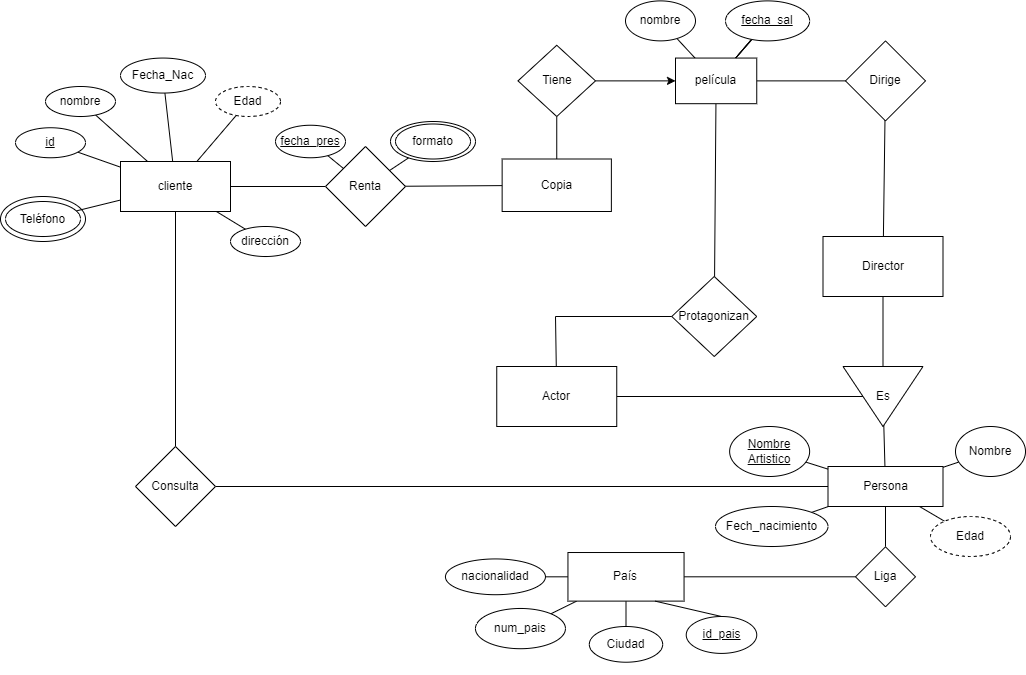
Earlier version of the draw.io export videoStore.drawio.png (jesalazaro/ER-diagrams). Source tidied: cells renumbered, new cells last; positions are measured from the earlier drawing's top-left corner, leaving out a move shared by most shapes.
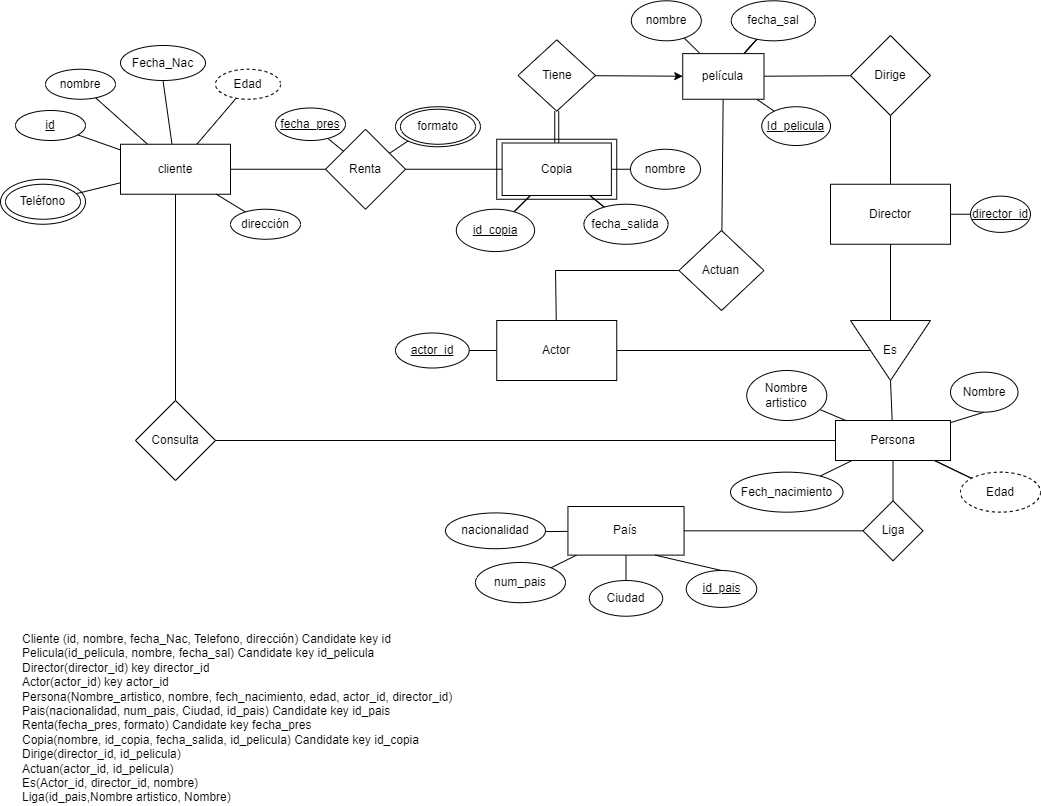
After the commit.

What changed in the source:
```diff
@@ -4,4 +4,7 @@
     <mxCell id="1" parent="0" />
+    <mxCell id="78" style="rounded=0;whiteSpace=wrap;html=1;" parent="1" vertex="1">
+      <mxGeometry x="451.2" y="179.8" width="120" height="60" as="geometry" />
+    </mxCell>
     <mxCell id="2" style="ellipse;whiteSpace=wrap;html=1;rounded=0;" parent="1" vertex="1">
-      <mxGeometry y="196" width="85" height="45" as="geometry" />
+      <mxGeometry x="-45" y="219.8" width="85" height="45" as="geometry" />
     </mxCell>
@@ -13,3 +16,3 @@
     </mxCell>
-    <mxCell id="5" style="edgeStyle=none;rounded=0;jettySize=auto;html=1;endArrow=none;endFill=0;" parent="1" edge="1" source="9" target="16">
+    <mxCell id="5" style="edgeStyle=none;rounded=0;jettySize=auto;html=1;endArrow=none;endFill=0;entryX=0.5;entryY=1;entryDx=0;entryDy=0;" parent="1" edge="1" source="9" target="16">
       <mxGeometry relative="1" as="geometry" />
@@ -26,6 +29,6 @@
     <mxCell id="9" value="cliente" style="rounded=0;whiteSpace=wrap;html=1;" parent="1" vertex="1">
-      <mxGeometry x="120" y="161" width="110" height="50" as="geometry" />
+      <mxGeometry x="75" y="184.8" width="110" height="50" as="geometry" />
     </mxCell>
     <mxCell id="10" value="&lt;u&gt;id&lt;/u&gt;" style="ellipse;whiteSpace=wrap;html=1;rounded=0;" parent="1" vertex="1">
-      <mxGeometry x="15" y="127.2" width="70" height="30" as="geometry" />
+      <mxGeometry x="-30" y="151" width="70" height="30" as="geometry" />
     </mxCell>
@@ -35,3 +38,3 @@
     <mxCell id="12" value="nombre&lt;br&gt;" style="ellipse;whiteSpace=wrap;html=1;rounded=0;" parent="1" vertex="1">
-      <mxGeometry x="45" y="86" width="70" height="30" as="geometry" />
+      <mxGeometry y="109.8" width="70" height="30" as="geometry" />
     </mxCell>
@@ -41,18 +44,27 @@
     <mxCell id="14" value="dirección" style="ellipse;whiteSpace=wrap;html=1;rounded=0;" parent="1" vertex="1">
-      <mxGeometry x="230" y="226" width="70" height="30" as="geometry" />
+      <mxGeometry x="185" y="249.8" width="70" height="30" as="geometry" />
     </mxCell>
     <mxCell id="15" value="Teléfono" style="ellipse;whiteSpace=wrap;html=1;rounded=0;" parent="1" vertex="1">
-      <mxGeometry x="5" y="201" width="75" height="35" as="geometry" />
+      <mxGeometry x="-40" y="224.8" width="75" height="35" as="geometry" />
     </mxCell>
     <mxCell id="16" value="Fecha_Nac" style="ellipse;whiteSpace=wrap;html=1;rounded=0;" parent="1" vertex="1">
-      <mxGeometry x="120" y="57.6" width="85" height="35" as="geometry" />
+      <mxGeometry x="75" y="86" width="85" height="35" as="geometry" />
     </mxCell>
     <mxCell id="17" value="Edad" style="ellipse;whiteSpace=wrap;html=1;rounded=0;dashed=1;" parent="1" vertex="1">
-      <mxGeometry x="215" y="86" width="65" height="30" as="geometry" />
+      <mxGeometry x="170" y="109.8" width="65" height="30" as="geometry" />
     </mxCell>
-    <mxCell id="18" style="edgeStyle=none;rounded=0;jettySize=auto;html=1;startArrow=none;startFill=0;endArrow=none;endFill=0;" parent="1" edge="1" source="19" target="69">
-      <mxGeometry relative="1" as="geometry" />
-    </mxCell>
+    <mxCell id="79" style="edgeStyle=none;rounded=0;jettySize=auto;html=1;endArrow=none;endFill=0;" parent="1" edge="1" source="19" target="89">
+      <mxGeometry relative="1" as="geometry" />
+    </mxCell>
+    <mxCell id="80" style="edgeStyle=none;rounded=0;jettySize=auto;html=1;endArrow=none;endFill=0;" parent="1" edge="1" source="19" target="88">
+      <mxGeometry relative="1" as="geometry" />
+    </mxCell>
+    <mxCell id="81" style="edgeStyle=none;rounded=0;jettySize=auto;html=1;endArrow=none;endFill=0;" parent="1" edge="1" source="19" target="93">
+      <mxGeometry relative="1" as="geometry" />
+    </mxCell>
+    <mxCell id="82" style="edgeStyle=none;rounded=0;jettySize=auto;html=1;endArrow=none;endFill=0;" parent="1" edge="1" source="19" target="93">
+      <mxGeometry relative="1" as="geometry" />
+    </mxCell>
     <mxCell id="19" value="Copia" style="rounded=0;whiteSpace=wrap;html=1;" parent="1" vertex="1">
-      <mxGeometry x="501.6" y="158.5" width="109.2" height="52.5" as="geometry" />
+      <mxGeometry x="456.6" y="183.5" width="109.2" height="52.5" as="geometry" />
     </mxCell>
@@ -64,10 +76,12 @@
     </mxCell>
-    <mxCell id="22" style="edgeStyle=none;rounded=0;jettySize=auto;html=1;endArrow=none;endFill=0;" parent="1" edge="1" source="23" target="67">
-      <mxGeometry relative="1" as="geometry" />
+    <mxCell id="22" style="edgeStyle=none;rounded=0;jettySize=auto;html=1;endArrow=none;endFill=0;" parent="1" edge="1" source="23">
+      <mxGeometry relative="1" as="geometry">
+        <mxPoint x="366.1" y="179.1" as="targetPoint" />
+      </mxGeometry>
     </mxCell>
     <mxCell id="23" value="Renta" style="rhombus;whiteSpace=wrap;html=1;rounded=0;" parent="1" vertex="1">
-      <mxGeometry x="325" y="146" width="80" height="80" as="geometry" />
+      <mxGeometry x="280" y="169.8" width="80" height="80" as="geometry" />
     </mxCell>
     <mxCell id="24" value="&lt;u&gt;fecha_pres&lt;/u&gt;" style="ellipse;whiteSpace=wrap;html=1;rounded=0;" parent="1" vertex="1">
-      <mxGeometry x="275" y="124.8" width="70" height="32.5" as="geometry" />
+      <mxGeometry x="230" y="148.5" width="70" height="32.5" as="geometry" />
     </mxCell>
@@ -76,4 +90,4 @@
     </mxCell>
-    <mxCell id="26" value="Protagonizan" style="rhombus;whiteSpace=wrap;html=1;rounded=0;" parent="1" vertex="1">
-      <mxGeometry x="671.2" y="276" width="85" height="80" as="geometry" />
+    <mxCell id="26" value="Actuan" style="rhombus;whiteSpace=wrap;html=1;rounded=0;" parent="1" vertex="1">
+      <mxGeometry x="633.5" y="271" width="85" height="80" as="geometry" />
     </mxCell>
@@ -85,3 +99,3 @@
         <Array as="points">
-          <mxPoint x="555" y="316" />
+          <mxPoint x="510" y="311" />
         </Array>
@@ -89,4 +103,7 @@
     </mxCell>
+    <mxCell id="83" style="edgeStyle=none;rounded=0;jettySize=auto;html=1;endArrow=none;endFill=0;" parent="1" edge="1" source="29" target="91">
+      <mxGeometry relative="1" as="geometry" />
+    </mxCell>
     <mxCell id="29" value="Actor" style="whiteSpace=wrap;html=1;rounded=0;" parent="1" vertex="1">
-      <mxGeometry x="496.2" y="366" width="120" height="60" as="geometry" />
+      <mxGeometry x="451.2" y="361" width="120" height="60" as="geometry" />
     </mxCell>
@@ -99,6 +116,9 @@
     <mxCell id="32" value="Dirige" style="rhombus;whiteSpace=wrap;html=1;rounded=0;" parent="1" vertex="1">
-      <mxGeometry x="845" y="40.4" width="80" height="80" as="geometry" />
+      <mxGeometry x="805" y="76" width="80" height="80" as="geometry" />
     </mxCell>
+    <mxCell id="84" style="edgeStyle=none;rounded=0;jettySize=auto;html=1;endArrow=none;endFill=0;" parent="1" edge="1" source="33" target="92">
+      <mxGeometry relative="1" as="geometry" />
+    </mxCell>
     <mxCell id="33" value="Director" style="whiteSpace=wrap;html=1;rounded=0;" parent="1" vertex="1">
-      <mxGeometry x="822.5" y="236" width="120" height="60" as="geometry" />
+      <mxGeometry x="785" y="224.8" width="120" height="60" as="geometry" />
     </mxCell>
@@ -107,3 +127,3 @@
     </mxCell>
-    <mxCell id="35" style="edgeStyle=none;rounded=0;jettySize=auto;html=1;endArrow=none;endFill=0;" parent="1" edge="1" source="36" target="42">
+    <mxCell id="35" style="edgeStyle=none;rounded=0;jettySize=auto;html=1;endArrow=none;endFill=0;exitX=1;exitY=0.5;exitDx=0;exitDy=0;" parent="1" edge="1" source="36" target="42">
       <mxGeometry relative="1" as="geometry" />
@@ -111,3 +131,3 @@
     <mxCell id="36" value="Es" style="triangle;whiteSpace=wrap;html=1;rounded=0;direction=south;horizontal=1;" parent="1" vertex="1">
-      <mxGeometry x="842.5" y="366" width="80" height="60" as="geometry" />
+      <mxGeometry x="805" y="361" width="80" height="60" as="geometry" />
     </mxCell>
@@ -116,3 +136,3 @@
     </mxCell>
-    <mxCell id="38" style="edgeStyle=none;rounded=0;jettySize=auto;html=1;endArrow=none;endFill=0;" parent="1" edge="1" source="42" target="59">
+    <mxCell id="38" style="edgeStyle=none;rounded=0;jettySize=auto;html=1;endArrow=none;endFill=0;entryX=0.5;entryY=1;entryDx=0;entryDy=0;" parent="1" edge="1" source="42" target="59">
       <mxGeometry relative="1" as="geometry" />
@@ -128,4 +148,7 @@
     </mxCell>
+    <mxCell id="85" style="edgeStyle=none;rounded=0;jettySize=auto;html=1;startArrow=none;startFill=0;endArrow=none;endFill=0;" parent="1" edge="1" source="42" target="61">
+      <mxGeometry relative="1" as="geometry" />
+    </mxCell>
     <mxCell id="42" value="Persona" style="whiteSpace=wrap;html=1;rounded=0;" parent="1" vertex="1">
-      <mxGeometry x="827.5" y="466" width="115" height="40" as="geometry" />
+      <mxGeometry x="790" y="461" width="115" height="40" as="geometry" />
     </mxCell>
@@ -135,3 +158,3 @@
     <mxCell id="44" value="Liga" style="rhombus;whiteSpace=wrap;html=1;rounded=0;" parent="1" vertex="1">
-      <mxGeometry x="855" y="546.3" width="60" height="60" as="geometry" />
+      <mxGeometry x="817.5" y="541.3" width="60" height="60" as="geometry" />
     </mxCell>
@@ -139,4 +162,4 @@
       <mxGeometry relative="1" as="geometry">
-        <mxPoint x="694.1" y="672.4" as="sourcePoint" />
-        <mxPoint x="694.1" y="672.4" as="targetPoint" />
+        <mxPoint x="649.1" y="667.4" as="sourcePoint" />
+        <mxPoint x="649.1" y="667.4" as="targetPoint" />
       </mxGeometry>
@@ -145,4 +168,4 @@
       <mxGeometry relative="1" as="geometry">
-        <mxPoint x="694.1" y="672.4" as="sourcePoint" />
-        <mxPoint x="694.1" y="672.4" as="targetPoint" />
+        <mxPoint x="649.1" y="667.4" as="sourcePoint" />
+        <mxPoint x="649.1" y="667.4" as="targetPoint" />
       </mxGeometry>
@@ -151,4 +174,4 @@
       <mxGeometry relative="1" as="geometry">
-        <mxPoint x="652.4" y="671.9" as="sourcePoint" />
-        <mxPoint x="652.4" y="671.9" as="targetPoint" />
+        <mxPoint x="607.4" y="666.9" as="sourcePoint" />
+        <mxPoint x="607.4" y="666.9" as="targetPoint" />
       </mxGeometry>
@@ -168,9 +191,9 @@
     <mxCell id="52" value="País" style="rounded=0;whiteSpace=wrap;html=1;" parent="1" vertex="1">
-      <mxGeometry x="567.5" y="552" width="116.1" height="48.6" as="geometry" />
+      <mxGeometry x="522.5" y="547" width="116.1" height="48.6" as="geometry" />
     </mxCell>
     <mxCell id="53" value="nacionalidad" style="ellipse;whiteSpace=wrap;html=1;rounded=0;" parent="1" vertex="1">
-      <mxGeometry x="445" y="558.4" width="100" height="35.8" as="geometry" />
+      <mxGeometry x="400" y="553.4" width="100" height="35.8" as="geometry" />
     </mxCell>
     <mxCell id="54" value="num_pais" style="ellipse;whiteSpace=wrap;html=1;rounded=0;" parent="1" vertex="1">
-      <mxGeometry x="475" y="608" width="90" height="40.2" as="geometry" />
+      <mxGeometry x="430" y="603" width="90" height="40.2" as="geometry" />
     </mxCell>
@@ -180,3 +203,3 @@
     <mxCell id="56" value="&lt;u&gt;id_pais&lt;/u&gt;" style="ellipse;whiteSpace=wrap;html=1;rounded=0;" parent="1" vertex="1">
-      <mxGeometry x="685.7" y="616" width="70.5" height="36.9" as="geometry" />
+      <mxGeometry x="640.7" y="611" width="70.5" height="36.9" as="geometry" />
     </mxCell>
@@ -184,4 +207,4 @@
       <mxGeometry relative="1" as="geometry">
-        <mxPoint x="526.2" y="577.2" as="sourcePoint" />
-        <mxPoint x="526.2" y="577.2" as="targetPoint" />
+        <mxPoint x="481.2" y="572.2" as="sourcePoint" />
+        <mxPoint x="481.2" y="572.2" as="targetPoint" />
       </mxGeometry>
@@ -189,12 +212,12 @@
     <mxCell id="58" value="Ciudad" style="ellipse;whiteSpace=wrap;html=1;rounded=0;" parent="1" vertex="1">
-      <mxGeometry x="588.8" y="626" width="73.3" height="35.7" as="geometry" />
+      <mxGeometry x="543.8" y="621" width="73.3" height="35.7" as="geometry" />
     </mxCell>
     <mxCell id="59" value="Nombre" style="ellipse;whiteSpace=wrap;html=1;rounded=0;" parent="1" vertex="1">
-      <mxGeometry x="955" y="426" width="70" height="50" as="geometry" />
+      <mxGeometry x="905" y="412.7" width="67.5" height="40" as="geometry" />
     </mxCell>
     <mxCell id="60" value="Fech_nacimiento" style="ellipse;whiteSpace=wrap;html=1;rounded=0;" parent="1" vertex="1">
-      <mxGeometry x="715" y="506" width="112.5" height="40" as="geometry" />
+      <mxGeometry x="685" y="512.7" width="112.5" height="40" as="geometry" />
     </mxCell>
     <mxCell id="61" value="Edad" style="ellipse;whiteSpace=wrap;html=1;rounded=0;dashed=1;" parent="1" vertex="1">
-      <mxGeometry x="930" y="516" width="80" height="40" as="geometry" />
+      <mxGeometry x="915" y="512.7" width="80" height="40" as="geometry" />
     </mxCell>
@@ -209,10 +232,10 @@
     </mxCell>
-    <mxCell id="65" value="&lt;u&gt;Nombre Artistico&lt;/u&gt;" style="ellipse;whiteSpace=wrap;html=1;rounded=0;" parent="1" vertex="1">
-      <mxGeometry x="729.1" y="426" width="80" height="50" as="geometry" />
+    <mxCell id="65" value="Nombre artistico" style="ellipse;whiteSpace=wrap;html=1;rounded=0;align=center;" parent="1" vertex="1">
+      <mxGeometry x="701.2" y="411" width="80" height="50" as="geometry" />
     </mxCell>
     <mxCell id="66" style="ellipse;whiteSpace=wrap;html=1;" parent="1" vertex="1">
-      <mxGeometry x="390" y="121" width="85" height="40" as="geometry" />
+      <mxGeometry x="349.9" y="147.2" width="85" height="40" as="geometry" />
     </mxCell>
     <mxCell id="67" value="formato" style="ellipse;whiteSpace=wrap;html=1;rounded=0;" parent="1" vertex="1">
-      <mxGeometry x="395" y="123.5" width="75" height="35" as="geometry" />
+      <mxGeometry x="354.9" y="149.8" width="75" height="35" as="geometry" />
     </mxCell>
@@ -222,3 +245,3 @@
     <mxCell id="69" value="Tiene" style="rhombus;whiteSpace=wrap;html=1;rounded=0;" parent="1" vertex="1">
-      <mxGeometry x="517.5" y="44.8" width="77.5" height="71.2" as="geometry" />
+      <mxGeometry x="472.5" y="80.4" width="77.5" height="71.2" as="geometry" />
     </mxCell>
@@ -233,4 +256,7 @@
     </mxCell>
+    <mxCell id="86" style="edgeStyle=none;rounded=0;jettySize=auto;html=1;endArrow=none;endFill=0;" parent="1" edge="1" source="73" target="94">
+      <mxGeometry relative="1" as="geometry" />
+    </mxCell>
     <mxCell id="73" value="película" style="whiteSpace=wrap;html=1;rounded=0;" parent="1" vertex="1">
-      <mxGeometry x="675" y="57.6" width="81.2" height="45.6" as="geometry" />
+      <mxGeometry x="637.2" y="94.1" width="81.2" height="45.6" as="geometry" />
     </mxCell>
@@ -239,11 +265,44 @@
     </mxCell>
-    <mxCell id="75" value="&lt;u&gt;fecha_sal&lt;/u&gt;" style="ellipse;whiteSpace=wrap;html=1;rounded=0;" parent="1" vertex="1">
-      <mxGeometry x="725" y="0.4" width="84.1" height="40" as="geometry" />
+    <mxCell id="75" value="fecha_sal" style="ellipse;whiteSpace=wrap;html=1;rounded=0;" parent="1" vertex="1">
+      <mxGeometry x="685.8" y="41.3" width="84.1" height="40" as="geometry" />
     </mxCell>
     <mxCell id="76" value="nombre" style="ellipse;whiteSpace=wrap;html=1;rounded=0;" parent="1" vertex="1">
-      <mxGeometry x="625" y="0.4" width="70" height="40" as="geometry" />
+      <mxGeometry x="585.8" y="41.3" width="70" height="40" as="geometry" />
     </mxCell>
     <mxCell id="77" value="Consulta" style="rhombus;whiteSpace=wrap;html=1;rounded=0;" parent="1" vertex="1">
-      <mxGeometry x="135" y="446" width="80" height="80" as="geometry" />
+      <mxGeometry x="90" y="441" width="80" height="80" as="geometry" />
     </mxCell>
+    <mxCell id="87" style="edgeStyle=none;rounded=0;jettySize=auto;html=1;endArrow=none;endFill=0;" parent="1" edge="1" source="88" target="19">
+      <mxGeometry relative="1" as="geometry" />
+    </mxCell>
+    <mxCell id="88" value="fecha_salida" style="ellipse;whiteSpace=wrap;html=1;rounded=0;align=center;" parent="1" vertex="1">
+      <mxGeometry x="538.4" y="244.8" width="84.1" height="40" as="geometry" />
+    </mxCell>
+    <mxCell id="89" value="nombre" style="ellipse;whiteSpace=wrap;html=1;rounded=0;" parent="1" vertex="1">
+      <mxGeometry x="585" y="189.8" width="70" height="40" as="geometry" />
+    </mxCell>
+    <mxCell id="90" style="edgeStyle=none;rounded=0;orthogonalLoop=1;jettySize=auto;html=1;exitX=0.5;exitY=1;exitDx=0;exitDy=0;endArrow=none;endFill=0;" parent="1" edge="1" source="89" target="89">
+      <mxGeometry relative="1" as="geometry" />
+    </mxCell>
+    <mxCell id="91" value="&lt;u&gt;actor_id&lt;/u&gt;" style="ellipse;whiteSpace=wrap;html=1;rounded=0;" parent="1" vertex="1">
+      <mxGeometry x="349.9" y="373.5" width="73.8" height="35" as="geometry" />
+    </mxCell>
+    <mxCell id="92" value="&lt;u&gt;director_id&lt;/u&gt;" style="ellipse;whiteSpace=wrap;html=1;rounded=0;" parent="1" vertex="1">
+      <mxGeometry x="925" y="236.6" width="60" height="36.2" as="geometry" />
+    </mxCell>
+    <mxCell id="93" value="&lt;u&gt;id_copia&lt;/u&gt;" style="ellipse;whiteSpace=wrap;html=1;rounded=0;direction=south;" parent="1" vertex="1">
+      <mxGeometry x="410.8" y="249.8" width="78.3" height="42.3" as="geometry" />
+    </mxCell>
+    <mxCell id="94" value="&lt;u&gt;Id_pelicula&lt;/u&gt;" style="ellipse;whiteSpace=wrap;html=1;rounded=0;" parent="1" vertex="1">
+      <mxGeometry x="716.3" y="147.2" width="68.8" height="38.8" as="geometry" />
+    </mxCell>
+    <mxCell id="95" style="edgeStyle=none;rounded=0;orthogonalLoop=1;jettySize=auto;html=1;exitX=0.5;exitY=0;exitDx=0;exitDy=0;endArrow=none;endFill=0;" parent="1" edge="1" source="14" target="14">
+      <mxGeometry relative="1" as="geometry" />
+    </mxCell>
+    <mxCell id="96" style="shape=link;html=1;rounded=0;startArrow=none;startFill=0;endArrow=none;endFill=0;exitX=0.5;exitY=1;exitDx=0;exitDy=0;entryX=0.5;entryY=0;entryDx=0;entryDy=0;" parent="1" edge="1" source="69" target="19">
+      <mxGeometry relative="1" as="geometry" />
+    </mxCell>
+    <mxCell id="97" value="Cliente (id, nombre, fecha_Nac, Telefono, dirección) Candidate key id&#10;Pelicula(id_pelicula, nombre, fecha_sal) Candidate key id_pelicula&#10;Director(director_id) key director_id&#10;Actor(actor_id) key actor_id&#10;Persona(Nombre_artistico, nombre, fech_nacimiento, edad, actor_id, director_id) &#10;Pais(nacionalidad, num_pais, Ciudad, id_pais) Candidate key id_pais&#10;Renta(fecha_pres, formato) Candidate key fecha_pres&#10;Copia(nombre, id_copia, fecha_salida, id_pelicula) Candidate key id_copia&#10;Dirige(director_id, id_pelicula)&#10;Actuan(actor_id, id_pelicula)&#10;Es(Actor_id, director_id, nombre)&#10;Liga(id_pais,Nombre artistico, Nombre)" style="text;whiteSpace=wrap;html=1;" parent="1" vertex="1">
+      <mxGeometry x="-25" y="666" width="460" height="180" as="geometry" />
+    </mxCell>
   </root>
```
